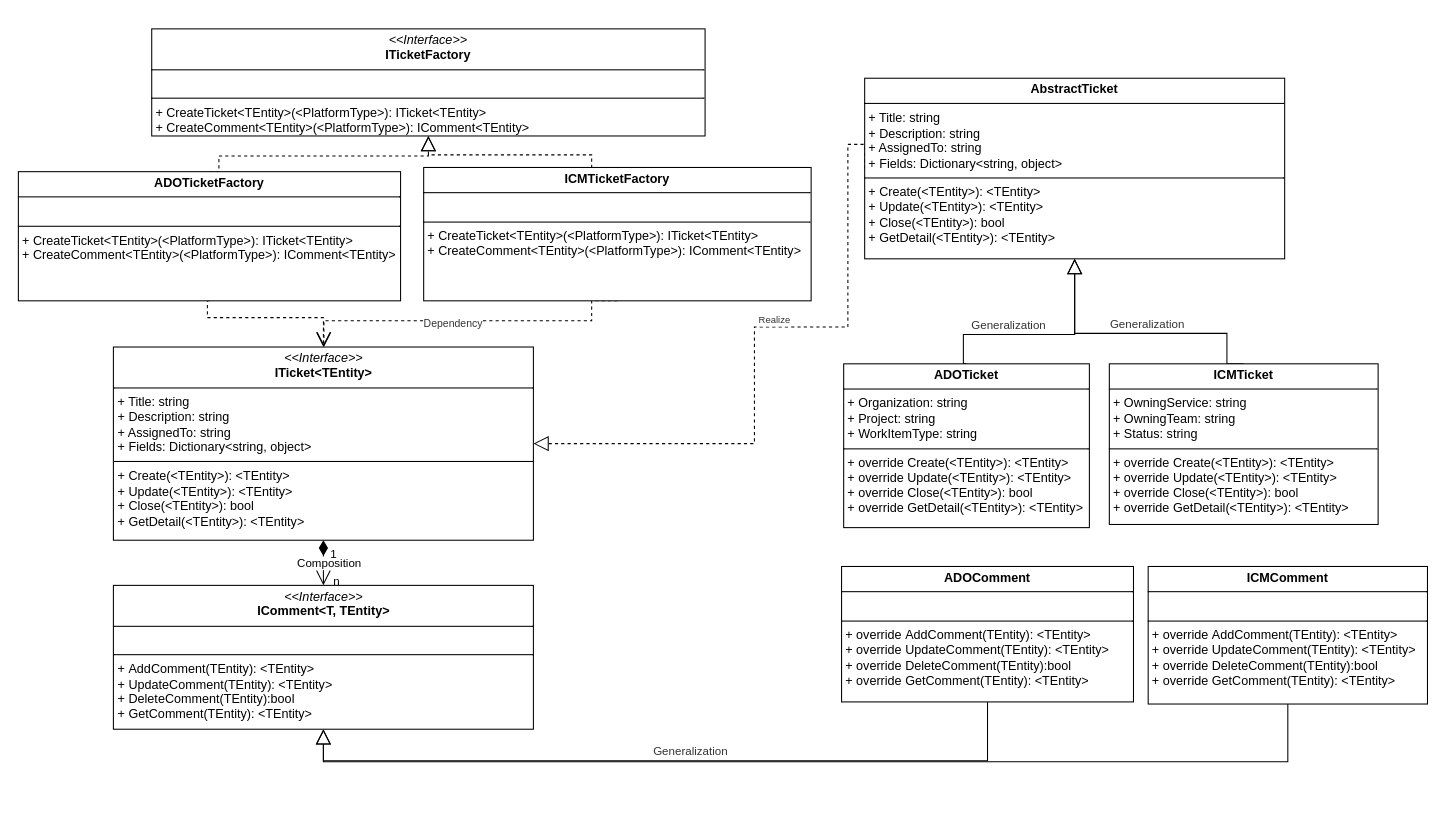
Earlier version of the draw.io diagram page "Page-10" (10 of 10) of 2.drawio (hy986/Repo_0110). Source tidied: cells renumbered, new cells numbered last; positions are measured from the earlier drawing's top-left corner, leaving out a move shared by most shapes. Both pictures are drawn from the tidied source at 105%, with x=0, y=0 at pixel (18, 28).
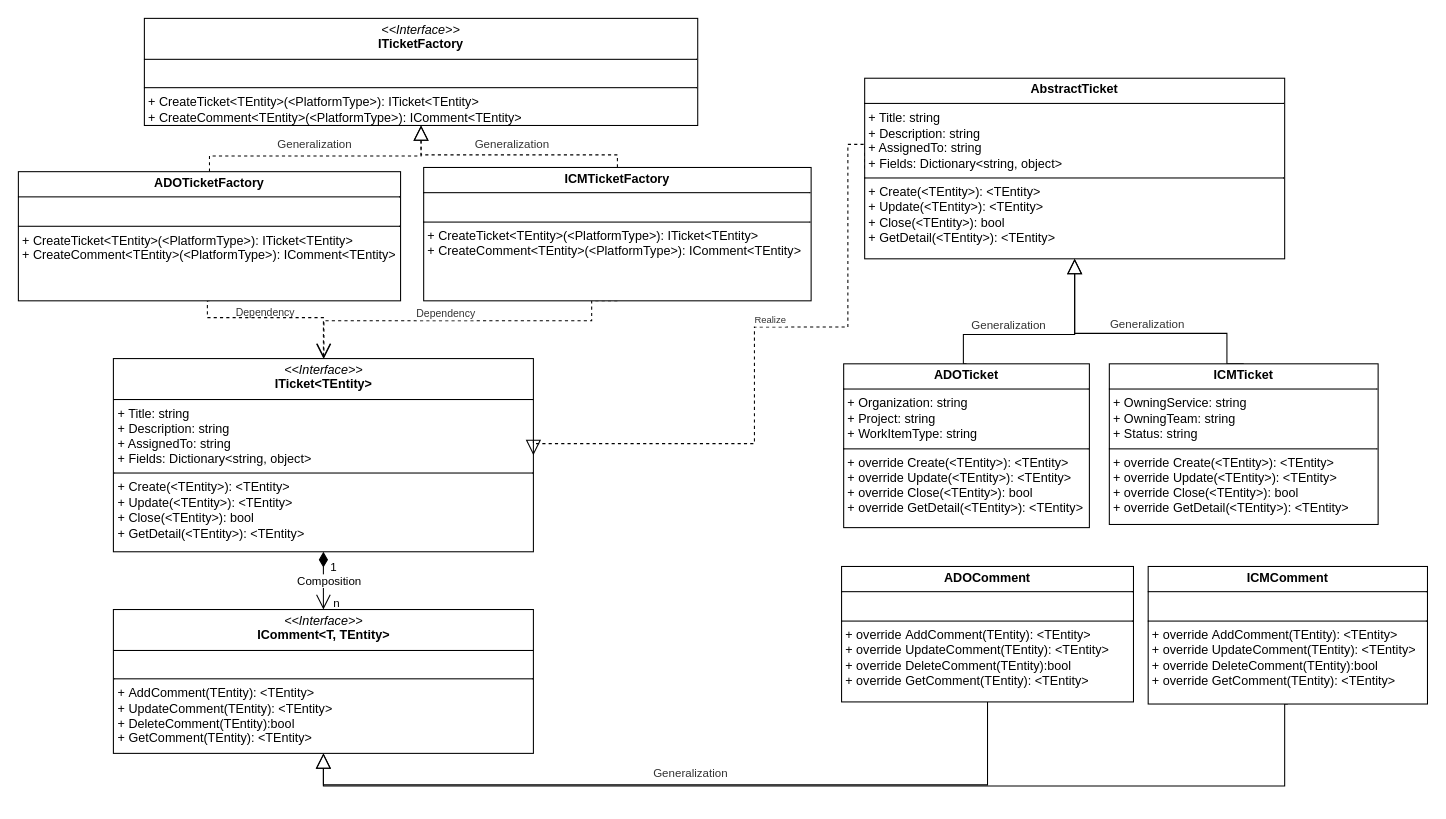
The same page after the edit.

The change refers to these unchanged cells:
```xml
<mxCell id="17" style="edgeStyle=orthogonalEdgeStyle;rounded=0;jettySize=auto;html=1;exitX=0.5;exitY=1;exitDx=0;exitDy=0;endArrow=open;endFill=0;dashed=1;endSize=12;" parent="1" edge="1" source="19" target="6">
  <mxGeometry relative="1" as="geometry">
    <Array as="points">
      <mxPoint x="546" y="278" />
      <mxPoint x="291" y="278" />
    </Array>
  </mxGeometry>
</mxCell>
<mxCell id="28" value="&lt;p style=&quot;margin:0px;margin-top:4px;text-align:center;&quot;&gt;&lt;b&gt;ICM&lt;/b&gt;&lt;b style=&quot;background-color: initial;&quot;&gt;Comment&lt;/b&gt;&lt;/p&gt;&lt;hr size=&quot;1&quot; style=&quot;border-style:solid;&quot;&gt;&lt;p style=&quot;margin: 0px 0px 0px 4px;&quot;&gt;&lt;br&gt;&lt;/p&gt;&lt;hr size=&quot;1&quot; style=&quot;border-style:solid;&quot;&gt;&lt;p style=&quot;margin: 0px 0px 0px 4px;&quot;&gt;&lt;span style=&quot;background-color: initial;&quot;&gt;+&amp;nbsp;&lt;/span&gt;&lt;span style=&quot;background-color: initial;&quot;&gt;override&lt;/span&gt;&lt;span style=&quot;background-color: initial;&quot;&gt;&amp;nbsp;&lt;/span&gt;&lt;span style=&quot;background-color: initial;&quot; class=&quot;hljs-function&quot;&gt;Add&lt;/span&gt;&lt;span style=&quot;background-color: initial;&quot;&gt;Comment&lt;/span&gt;&lt;span style=&quot;background-color: initial;&quot; class=&quot;hljs-function&quot;&gt;(&lt;span class=&quot;hljs-params&quot;&gt;TEntity&lt;/span&gt;): &amp;lt;&lt;/span&gt;&lt;span style=&quot;background-color: initial;&quot;&gt;TEntity&lt;/span&gt;&lt;span style=&quot;background-color: initial;&quot;&gt;&amp;gt;&lt;/span&gt;&lt;/p&gt;&lt;p style=&quot;margin: 0px 0px 0px 4px;&quot;&gt;&lt;span style=&quot;background-color: initial;&quot; class=&quot;hljs-function&quot;&gt;+&amp;nbsp;&lt;/span&gt;&lt;span style=&quot;background-color: initial;&quot;&gt;override&lt;/span&gt;&lt;span style=&quot;background-color: initial;&quot;&gt;&amp;nbsp;&lt;/span&gt;&lt;span style=&quot;background-color: initial;&quot; class=&quot;hljs-function&quot;&gt;Update&lt;/span&gt;&lt;span style=&quot;background-color: initial;&quot;&gt;Comment&lt;/span&gt;&lt;span style=&quot;background-color: initial;&quot; class=&quot;hljs-function&quot;&gt;(&lt;span class=&quot;hljs-params&quot;&gt;TEntity&lt;/span&gt;): &amp;lt;&lt;/span&gt;&lt;span style=&quot;background-color: initial;&quot;&gt;TEntity&lt;/span&gt;&lt;span style=&quot;background-color: initial;&quot;&gt;&amp;gt;&lt;/span&gt;&lt;/p&gt;&lt;p style=&quot;margin: 0px 0px 0px 4px;&quot;&gt;&lt;span style=&quot;background-color: initial;&quot; class=&quot;hljs-function&quot;&gt;+&amp;nbsp;&lt;/span&gt;&lt;span style=&quot;background-color: initial;&quot;&gt;override&lt;/span&gt;&lt;span style=&quot;background-color: initial;&quot;&gt;&amp;nbsp;&lt;/span&gt;&lt;span style=&quot;background-color: initial;&quot; class=&quot;hljs-function&quot;&gt;Delete&lt;/span&gt;&lt;span style=&quot;background-color: initial;&quot;&gt;Comment&lt;/span&gt;&lt;span style=&quot;background-color: initial;&quot; class=&quot;hljs-function&quot;&gt;(TEntity):&lt;/span&gt;&lt;span style=&quot;background-color: initial;&quot; class=&quot;hljs-built_in&quot;&gt;bool&lt;/span&gt;&lt;/p&gt;&lt;p style=&quot;margin: 0px 0px 0px 4px;&quot;&gt;&lt;span style=&quot;background-color: initial;&quot; class=&quot;hljs-built_in&quot;&gt;+&amp;nbsp;&lt;/span&gt;&lt;span style=&quot;background-color: initial;&quot;&gt;override&lt;/span&gt;&lt;span style=&quot;background-color: initial;&quot;&gt;&amp;nbsp;&lt;/span&gt;&lt;span style=&quot;background-color: initial;&quot; class=&quot;hljs-function&quot;&gt;Get&lt;/span&gt;&lt;span style=&quot;background-color: initial;&quot;&gt;Comment&lt;/span&gt;&lt;span style=&quot;background-color: initial;&quot; class=&quot;hljs-function&quot;&gt;(&lt;span class=&quot;hljs-params&quot;&gt;TEntity&lt;/span&gt;): &amp;lt;&lt;/span&gt;&lt;span style=&quot;background-color: initial;&quot;&gt;TEntity&lt;/span&gt;&lt;span style=&quot;background-color: initial;&quot;&gt;&amp;gt;&lt;/span&gt;&lt;/p&gt;" style="verticalAlign=top;align=left;overflow=fill;html=1;whiteSpace=wrap;" parent="1" vertex="1">
  <mxGeometry x="1076" y="512" width="266" height="131" as="geometry" />
</mxCell>
```

What changed in the source:
```diff
@@
     <mxCell id="6" value="&lt;p style=&quot;margin:0px;margin-top:4px;text-align:center;&quot;&gt;&lt;i&gt;&amp;lt;&amp;lt;Interface&amp;gt;&amp;gt;&lt;/i&gt;&lt;br&gt;&lt;b&gt;ITicket&amp;lt;TEntity&amp;gt;&lt;/b&gt;&lt;/p&gt;&lt;hr size=&quot;1&quot; style=&quot;border-style:solid;&quot;&gt;&lt;p style=&quot;margin:0px;margin-left:4px;&quot;&gt;+ Title: string&lt;br&gt;+ Description: string&lt;/p&gt;&lt;p style=&quot;margin:0px;margin-left:4px;&quot;&gt;+ AssignedTo: string&lt;/p&gt;&lt;p style=&quot;margin:0px;margin-left:4px;&quot;&gt;+ Fields: Dictionary&amp;lt;string, object&amp;gt;&lt;/p&gt;&lt;hr size=&quot;1&quot; style=&quot;border-style:solid;&quot;&gt;&lt;p style=&quot;margin:0px;margin-left:4px;&quot;&gt;+ Create(&amp;lt;&lt;span style=&quot;text-align: center;&quot;&gt;TEntity&lt;/span&gt;&amp;gt;&lt;span style=&quot;background-color: initial;&quot;&gt;): &amp;lt;&lt;/span&gt;&lt;span style=&quot;text-align: center;&quot;&gt;TEntity&lt;/span&gt;&lt;span style=&quot;background-color: initial;&quot;&gt;&amp;gt;&lt;/span&gt;&lt;/p&gt;&lt;p style=&quot;margin:0px;margin-left:4px;&quot;&gt;+ Update(&amp;lt;&lt;span style=&quot;text-align: center;&quot;&gt;TEntity&lt;/span&gt;&amp;gt;):&amp;nbsp;&lt;span style=&quot;background-color: initial;&quot;&gt;&amp;lt;&lt;/span&gt;&lt;span style=&quot;text-align: center;&quot;&gt;TEntity&lt;/span&gt;&lt;span style=&quot;background-color: initial;&quot;&gt;&amp;gt;&lt;/span&gt;&lt;/p&gt;&lt;p style=&quot;margin:0px;margin-left:4px;&quot;&gt;+&amp;nbsp;Close(&lt;span style=&quot;background-color: initial;&quot;&gt;&amp;lt;&lt;/span&gt;TEntity&lt;span style=&quot;background-color: initial;&quot;&gt;&amp;gt;&lt;/span&gt;&lt;span style=&quot;background-color: initial;&quot;&gt;): bool&lt;/span&gt;&lt;/p&gt;&lt;p style=&quot;margin:0px;margin-left:4px;&quot;&gt;+ GetDetail(&lt;span style=&quot;background-color: initial;&quot;&gt;&amp;lt;&lt;/span&gt;TEntity&lt;span style=&quot;background-color: initial;&quot;&gt;&amp;gt;&lt;/span&gt;&lt;span style=&quot;background-color: initial;&quot;&gt;): &amp;lt;&lt;/span&gt;&lt;span style=&quot;text-align: center;&quot;&gt;TEntity&lt;/span&gt;&lt;span style=&quot;background-color: initial;&quot;&gt;&amp;gt;&lt;/span&gt;&lt;/p&gt;" style="verticalAlign=top;align=left;overflow=fill;html=1;whiteSpace=wrap;" parent="1" vertex="1">
-      <mxGeometry x="90.5" y="303" width="400" height="184" as="geometry" />
+      <mxGeometry x="90.5" y="314" width="400" height="184" as="geometry" />
     </mxCell>
@@
     <mxCell id="13" value="&lt;p style=&quot;margin:0px;margin-top:4px;text-align:center;&quot;&gt;&lt;i&gt;&amp;lt;&amp;lt;Interface&amp;gt;&amp;gt;&lt;/i&gt;&lt;br&gt;&lt;b&gt;ITicketFactory&lt;/b&gt;&lt;/p&gt;&lt;hr size=&quot;1&quot; style=&quot;border-style:solid;&quot;&gt;&lt;p style=&quot;margin:0px;margin-left:4px;&quot;&gt;&lt;br&gt;&lt;/p&gt;&lt;hr size=&quot;1&quot; style=&quot;border-style:solid;&quot;&gt;&lt;p style=&quot;margin:0px;margin-left:4px;&quot;&gt;+ CreateTicket&lt;span style=&quot;background-color: initial;&quot;&gt;&amp;lt;T&lt;/span&gt;&lt;span style=&quot;background-color: initial;&quot;&gt;Entity&amp;gt;&lt;/span&gt;&lt;span style=&quot;background-color: initial;&quot;&gt;(&amp;lt;P&lt;/span&gt;latformType&lt;span style=&quot;background-color: initial;&quot;&gt;&amp;gt;):&amp;nbsp;&lt;/span&gt;&lt;span style=&quot;background-color: initial;&quot; class=&quot;hljs-title&quot;&gt;ITicket&lt;/span&gt;&lt;span style=&quot;background-color: initial;&quot;&gt;&amp;lt;&lt;/span&gt;&lt;span style=&quot;background-color: initial;&quot; class=&quot;hljs-title&quot;&gt;TEntity&lt;/span&gt;&lt;span style=&quot;background-color: initial;&quot;&gt;&amp;gt;&lt;/span&gt;&lt;/p&gt;&lt;p style=&quot;margin:0px;margin-left:4px;&quot;&gt;+ CreateComment&lt;span style=&quot;background-color: initial;&quot;&gt;&amp;lt;&lt;/span&gt;&lt;span style=&quot;background-color: initial;&quot;&gt;TEntity&amp;gt;&lt;/span&gt;&lt;span style=&quot;background-color: initial;&quot;&gt;(&amp;lt;&lt;/span&gt;&lt;span style=&quot;background-color: initial;&quot;&gt;P&lt;/span&gt;latformType&lt;span style=&quot;background-color: initial;&quot;&gt;&amp;gt;):&amp;nbsp;&lt;/span&gt;&lt;span style=&quot;background-color: initial;&quot; class=&quot;hljs-title&quot;&gt;IComment&lt;/span&gt;&lt;span style=&quot;background-color: initial;&quot;&gt;&amp;lt;&lt;/span&gt;&lt;span style=&quot;background-color: initial;&quot; class=&quot;hljs-title&quot;&gt;TEntity&lt;/span&gt;&lt;span style=&quot;background-color: initial;&quot;&gt;&amp;gt;&lt;/span&gt;&lt;/p&gt;" style="verticalAlign=top;align=left;overflow=fill;html=1;whiteSpace=wrap;fillColor=default;rounded=0;fillStyle=auto;strokeColor=default;" parent="1" vertex="1">
-      <mxGeometry x="127" width="527" height="102" as="geometry" />
+      <mxGeometry x="120" y="-10" width="527" height="102" as="geometry" />
     </mxCell>
@@
     <mxCell id="18" value="&lt;span style=&quot;overflow-wrap: break-word; box-sizing: border-box; list-style: inherit; color: rgb(51, 51, 51); text-align: left; white-space: pre-wrap;&quot;&gt;&lt;font style=&quot;font-size: 10px;&quot;&gt;Dependency&lt;/font&gt;&lt;/span&gt;" style="edgeLabel;html=1;align=center;verticalAlign=middle;" parent="17" vertex="1">
       <mxGeometry x="0.29" y="1" relative="1" as="geometry">
-        <mxPoint x="33" as="offset" />
+        <mxPoint x="33" y="-9" as="offset" />
       </mxGeometry>
     </mxCell>
+    <mxCell id="30" value="&lt;span style=&quot;overflow-wrap: break-word; box-sizing: border-box; list-style: inherit; color: rgb(51, 51, 51); text-align: left; white-space: pre-wrap;&quot;&gt;&lt;font style=&quot;font-size: 10px;&quot;&gt;Dependency&lt;/font&gt;&lt;/span&gt;" style="edgeLabel;html=1;align=center;verticalAlign=middle;" parent="17" vertex="1">
+      <mxGeometry x="0.29" y="1" relative="1" as="geometry">
+        <mxPoint x="-139" y="-10" as="offset" />
+      </mxGeometry>
+    </mxCell>
@@
     <mxCell id="21" value="&lt;p style=&quot;margin:0px;margin-top:4px;text-align:center;&quot;&gt;&lt;i&gt;&amp;lt;&amp;lt;Interface&amp;gt;&amp;gt;&lt;/i&gt;&lt;br&gt;&lt;b&gt;IComment&amp;lt;T, TEntity&amp;gt;&lt;/b&gt;&lt;/p&gt;&lt;hr size=&quot;1&quot; style=&quot;border-style:solid;&quot;&gt;&lt;p style=&quot;margin:0px;margin-left:4px;&quot;&gt;&lt;br&gt;&lt;/p&gt;&lt;hr size=&quot;1&quot; style=&quot;border-style:solid;&quot;&gt;&lt;p style=&quot;margin:0px;margin-left:4px;&quot;&gt;&lt;span style=&quot;background-color: initial;&quot;&gt;+&amp;nbsp;&lt;/span&gt;&lt;span style=&quot;background-color: initial;&quot; class=&quot;hljs-function&quot;&gt;&lt;span style=&quot;background-color: initial;&quot; class=&quot;hljs-function&quot;&gt;&lt;span class=&quot;hljs-title&quot;&gt;Add&lt;/span&gt;&lt;/span&gt;&lt;/span&gt;&lt;span style=&quot;background-color: initial;&quot;&gt;Comment&lt;/span&gt;&lt;span style=&quot;background-color: initial;&quot; class=&quot;hljs-function&quot;&gt;(&lt;span class=&quot;hljs-params&quot;&gt;TEntity&lt;/span&gt;): &amp;lt;&lt;/span&gt;&lt;span style=&quot;background-color: initial;&quot;&gt;TEntity&lt;/span&gt;&lt;span style=&quot;background-color: initial;&quot;&gt;&amp;gt;&lt;/span&gt;&lt;/p&gt;&lt;p style=&quot;margin: 0px 0px 0px 4px;&quot;&gt;&lt;span style=&quot;background-color: initial;&quot; class=&quot;hljs-function&quot;&gt;+&amp;nbsp;&lt;/span&gt;&lt;span style=&quot;background-color: initial;&quot; class=&quot;hljs-function&quot;&gt;&lt;span class=&quot;hljs-title&quot;&gt;Update&lt;/span&gt;&lt;/span&gt;&lt;span style=&quot;background-color: initial;&quot;&gt;Comment&lt;/span&gt;&lt;span style=&quot;background-color: initial;&quot; class=&quot;hljs-function&quot;&gt;(&lt;span class=&quot;hljs-params&quot;&gt;TEntity&lt;/span&gt;): &amp;lt;&lt;/span&gt;&lt;span style=&quot;background-color: initial;&quot;&gt;TEntity&lt;/span&gt;&lt;span style=&quot;background-color: initial;&quot;&gt;&amp;gt;&lt;/span&gt;&lt;/p&gt;&lt;p style=&quot;margin: 0px 0px 0px 4px;&quot;&gt;&lt;span style=&quot;background-color: initial;&quot; class=&quot;hljs-function&quot;&gt;+&amp;nbsp;&lt;/span&gt;&lt;span style=&quot;background-color: initial;&quot; class=&quot;hljs-function&quot;&gt;&lt;span class=&quot;hljs-title&quot;&gt;Delete&lt;/span&gt;&lt;/span&gt;&lt;span style=&quot;background-color: initial;&quot;&gt;Comment&lt;/span&gt;&lt;span style=&quot;background-color: initial;&quot; class=&quot;hljs-function&quot;&gt;(TEntity):&lt;/span&gt;&lt;span style=&quot;background-color: initial;&quot; class=&quot;hljs-built_in&quot;&gt;bool&lt;/span&gt;&lt;/p&gt;&lt;p style=&quot;margin: 0px 0px 0px 4px;&quot;&gt;&lt;span style=&quot;background-color: initial;&quot; class=&quot;hljs-built_in&quot;&gt;&lt;span style=&quot;background-color: initial;&quot; class=&quot;hljs-function&quot;&gt;+&amp;nbsp;&lt;/span&gt;&lt;span style=&quot;background-color: initial;&quot; class=&quot;hljs-function&quot;&gt;&lt;span class=&quot;hljs-title&quot;&gt;Get&lt;/span&gt;&lt;/span&gt;&lt;span style=&quot;background-color: initial;&quot;&gt;Comment&lt;/span&gt;&lt;span style=&quot;background-color: initial;&quot; class=&quot;hljs-function&quot;&gt;(&lt;span class=&quot;hljs-params&quot;&gt;TEntity&lt;/span&gt;): &amp;lt;&lt;/span&gt;&lt;span style=&quot;background-color: initial;&quot;&gt;TEntity&lt;/span&gt;&lt;span style=&quot;background-color: initial;&quot;&gt;&amp;gt;&lt;/span&gt;&lt;/span&gt;&lt;/p&gt;" style="verticalAlign=top;align=left;overflow=fill;html=1;whiteSpace=wrap;" parent="1" vertex="1">
-      <mxGeometry x="90.5" y="530" width="400" height="137" as="geometry" />
+      <mxGeometry x="90.5" y="553" width="400" height="137" as="geometry" />
     </mxCell>
@@
     <mxCell id="27" style="edgeStyle=orthogonalEdgeStyle;rounded=0;jettySize=auto;html=1;exitX=0.5;exitY=1;exitDx=0;exitDy=0;entryX=0.5;entryY=1;entryDx=0;entryDy=0;endArrow=block;endFill=0;endSize=12;" parent="1" edge="1" source="28" target="21">
       <mxGeometry relative="1" as="geometry">
         <Array as="points">
-          <mxPoint x="1209" y="698" />
-          <mxPoint x="291" y="698" />
+          <mxPoint x="1206" y="643" />
+          <mxPoint x="1206" y="721" />
+          <mxPoint x="291" y="721" />
         </Array>
       </mxGeometry>
     </mxCell>
@@
     <mxCell id="29" value="&lt;span style=&quot;color: rgb(51, 51, 51); text-align: left; white-space: pre-wrap;&quot;&gt;Generalization&lt;/span&gt;" style="edgeLabel;html=1;align=center;verticalAlign=middle;" parent="1" vertex="1">
-      <mxGeometry x="639" y="687" as="geometry" />
+      <mxGeometry x="639" y="691" as="geometry">
+        <mxPoint y="17" as="offset" />
+      </mxGeometry>
     </mxCell>
+    <mxCell id="31" value="&lt;span style=&quot;color: rgb(51, 51, 51); text-align: left; white-space: pre-wrap;&quot;&gt;Generalization&lt;/span&gt;" style="edgeLabel;html=1;align=center;verticalAlign=middle;" parent="1" vertex="1">
+      <mxGeometry x="281" y="92" as="geometry">
+        <mxPoint y="17" as="offset" />
+      </mxGeometry>
+    </mxCell>
+    <mxCell id="32" value="&lt;span style=&quot;color: rgb(51, 51, 51); text-align: left; white-space: pre-wrap;&quot;&gt;Generalization&lt;/span&gt;" style="edgeLabel;html=1;align=center;verticalAlign=middle;" parent="1" vertex="1">
+      <mxGeometry x="469" y="92" as="geometry">
+        <mxPoint y="17" as="offset" />
+      </mxGeometry>
+    </mxCell>
```
